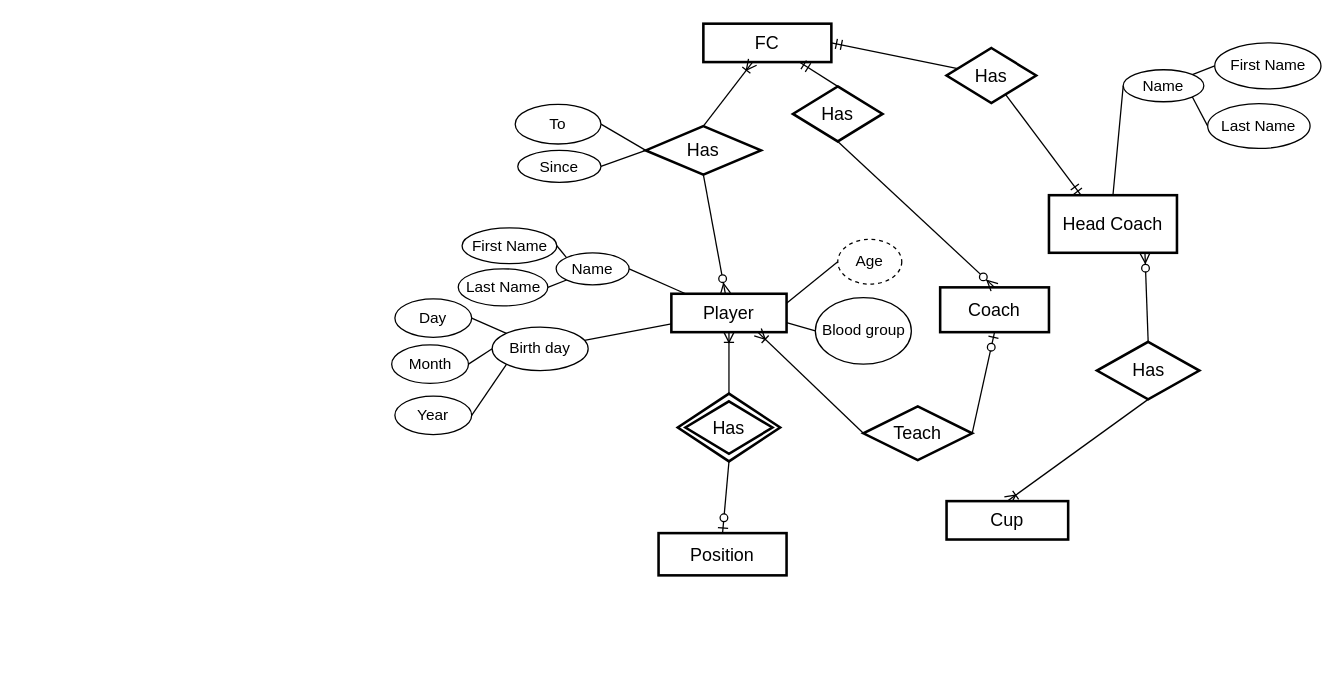
Above: ER-Assignment.drawio in ali4heydari/AP_19 (draw.io), before the change. Source tidied: cells renumbered, new cells numbered last; positions are measured from the earlier drawing's top-left corner, leaving out a move shared by most shapes. Both pictures are drawn from the tidied source at 128%, with x=0, y=0 at pixel (390, 23).
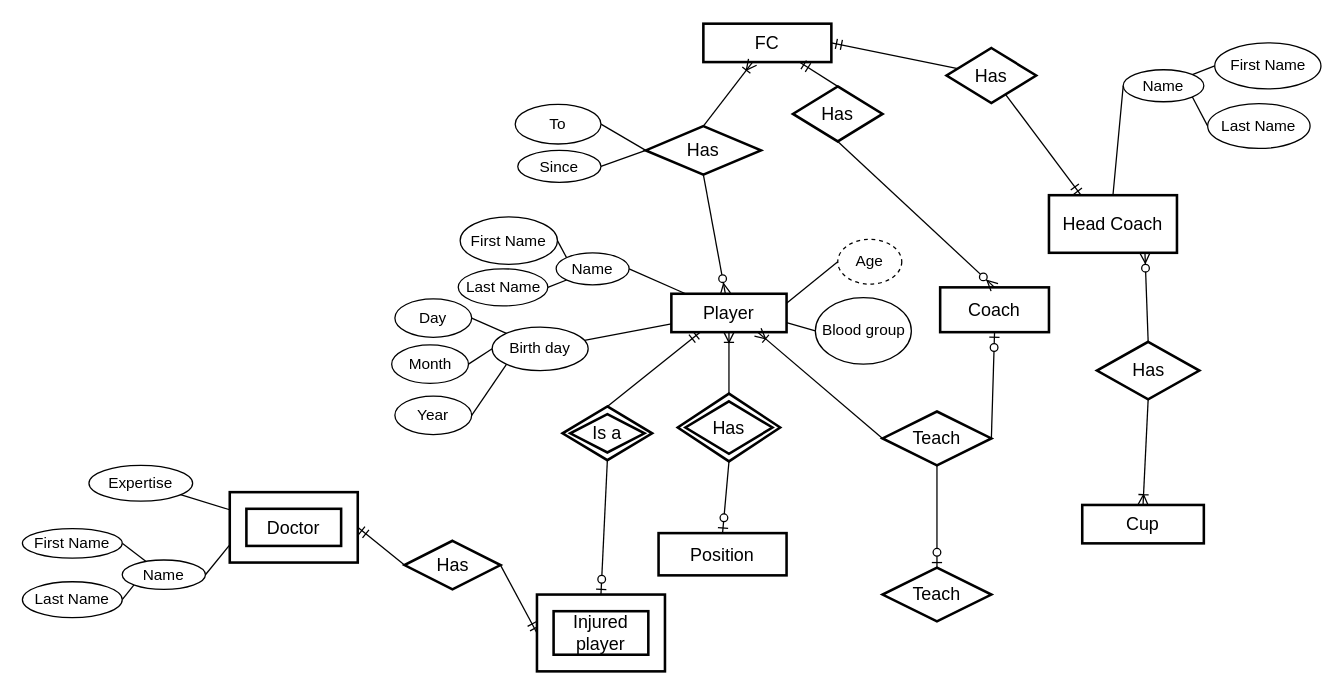
The same diagram, later.

The change refers to these unchanged cells:
```xml
<mxCell id="7" value="Player&lt;br&gt;" style="strokeWidth=2;whiteSpace=wrap;html=1;align=center;fontSize=14;" parent="1" vertex="1">
  <mxGeometry x="219" y="211" width="90" height="30" as="geometry" />
</mxCell>
```

Change to the diagram source:
```diff
@@
     <mxCell id="17" value="First Name&lt;br&gt;" style="ellipse;whiteSpace=wrap;html=1;" parent="1" vertex="1">
-      <mxGeometry x="55.5" y="159.5" width="74" height="28" as="geometry" />
+      <mxGeometry x="54" y="151" width="76" height="37" as="geometry" />
     </mxCell>
@@
+    <mxCell id="54" style="edgeStyle=none;rounded=0;jettySize=auto;html=1;endArrow=ERzeroToOne;endFill=1;strokeColor=#000000;" parent="1" edge="1" source="34" target="55">
+      <mxGeometry relative="1" as="geometry" />
+    </mxCell>
     <mxCell id="34" value="Teach" style="shape=rhombus;strokeWidth=2;fontSize=17;perimeter=rhombusPerimeter;whiteSpace=wrap;html=1;align=center;fontSize=14;" parent="1" vertex="1">
-      <mxGeometry x="369" y="299" width="85" height="42" as="geometry" />
+      <mxGeometry x="384" y="303" width="85" height="42" as="geometry" />
     </mxCell>
+    <mxCell id="55" value="Teach" style="shape=rhombus;strokeWidth=2;fontSize=17;perimeter=rhombusPerimeter;whiteSpace=wrap;html=1;align=center;fontSize=14;" parent="1" vertex="1">
+      <mxGeometry x="384" y="425" width="85" height="42" as="geometry" />
+    </mxCell>
@@
     <mxCell id="38" value="Cup" style="strokeWidth=2;whiteSpace=wrap;html=1;align=center;fontSize=14;" parent="1" vertex="1">
-      <mxGeometry x="434" y="373" width="95" height="30" as="geometry" />
+      <mxGeometry x="540" y="376" width="95" height="30" as="geometry" />
     </mxCell>
+    <mxCell id="56" style="rounded=0;jettySize=auto;html=1;exitX=1;exitY=0.5;exitDx=0;exitDy=0;entryX=0;entryY=0.75;entryDx=0;entryDy=0;endArrow=none;endFill=0;" parent="1" edge="1" source="66" target="71">
+      <mxGeometry relative="1" as="geometry" />
+    </mxCell>
+    <mxCell id="57" style="rounded=0;jettySize=auto;html=1;endArrow=none;endFill=0;exitX=0;exitY=0.25;exitDx=0;exitDy=0;" parent="1" edge="1" source="71" target="65">
+      <mxGeometry relative="1" as="geometry" />
+    </mxCell>
+    <mxCell id="58" style="rounded=0;jettySize=auto;html=1;entryX=1;entryY=0.5;entryDx=0;entryDy=0;endArrow=none;endFill=0;" parent="1" edge="1" source="66" target="60">
+      <mxGeometry relative="1" as="geometry" />
+    </mxCell>
+    <mxCell id="59" style="rounded=0;jettySize=auto;html=1;exitX=0;exitY=1;exitDx=0;exitDy=0;entryX=1;entryY=0.5;entryDx=0;entryDy=0;endArrow=none;endFill=0;" parent="1" edge="1" source="66" target="61">
+      <mxGeometry relative="1" as="geometry" />
+    </mxCell>
+    <mxCell id="60" value="First Name&lt;br&gt;" style="ellipse;whiteSpace=wrap;html=1;" parent="1" vertex="1">
+      <mxGeometry x="-288" y="394.5" width="78" height="23" as="geometry" />
+    </mxCell>
+    <mxCell id="61" value="Last Name" style="ellipse;whiteSpace=wrap;html=1;" parent="1" vertex="1">
+      <mxGeometry x="-288" y="436" width="78" height="28" as="geometry" />
+    </mxCell>
+    <mxCell id="62" style="rounded=0;jettySize=auto;html=1;entryX=1;entryY=0.5;entryDx=0;entryDy=0;endArrow=ERmandOne;endFill=0;exitX=0;exitY=0.5;exitDx=0;exitDy=0;" parent="1" edge="1" source="64" target="71">
+      <mxGeometry relative="1" as="geometry" />
+    </mxCell>
+    <mxCell id="63" style="rounded=0;jettySize=auto;html=1;exitX=1;exitY=0.5;exitDx=0;exitDy=0;entryX=0;entryY=0.5;entryDx=0;entryDy=0;endArrow=ERmandOne;endFill=0;" parent="1" edge="1" source="64" target="67">
+      <mxGeometry relative="1" as="geometry" />
+    </mxCell>
+    <mxCell id="64" value="Has" style="shape=rhombus;strokeWidth=2;fontSize=17;perimeter=rhombusPerimeter;whiteSpace=wrap;html=1;align=center;fontSize=14;" parent="1" vertex="1">
+      <mxGeometry x="10.5" y="404" width="75" height="38" as="geometry" />
+    </mxCell>
+    <mxCell id="65" value="Expertise" style="ellipse;whiteSpace=wrap;html=1;" parent="1" vertex="1">
+      <mxGeometry x="-236" y="345" width="81" height="28" as="geometry" />
+    </mxCell>
@@
+    <mxCell id="66" value="Name" style="ellipse;whiteSpace=wrap;html=1;" parent="1" vertex="1">
+      <mxGeometry x="-210" y="419" width="65" height="23" as="geometry" />
+    </mxCell>
@@
+    <mxCell id="67" value="Injured player&lt;br&gt;" style="shape=ext;strokeWidth=2;margin=10;double=1;whiteSpace=wrap;html=1;align=center;fontSize=14;" parent="1" vertex="1">
+      <mxGeometry x="114" y="446" width="100" height="60" as="geometry" />
+    </mxCell>
+    <mxCell id="68" style="edgeStyle=none;rounded=0;jettySize=auto;html=1;exitX=0.5;exitY=1;exitDx=0;exitDy=0;entryX=0.5;entryY=0;entryDx=0;entryDy=0;endArrow=ERzeroToOne;endFill=1;strokeColor=#000000;" parent="1" edge="1" source="70" target="67">
+      <mxGeometry relative="1" as="geometry" />
+    </mxCell>
+    <mxCell id="69" style="edgeStyle=none;rounded=0;jettySize=auto;html=1;exitX=0.5;exitY=0;exitDx=0;exitDy=0;entryX=0.25;entryY=1;entryDx=0;entryDy=0;endArrow=ERmandOne;endFill=0;strokeColor=#000000;" parent="1" edge="1" source="70" target="7">
+      <mxGeometry relative="1" as="geometry" />
+    </mxCell>
+    <mxCell id="70" value="Is a" style="shape=rhombus;double=1;strokeWidth=2;fontSize=17;perimeter=rhombusPerimeter;whiteSpace=wrap;html=1;align=center;fontSize=14;" parent="1" vertex="1">
+      <mxGeometry x="134" y="299" width="70" height="42" as="geometry" />
+    </mxCell>
@@
+    <mxCell id="71" value="Doctor&lt;br&gt;" style="shape=ext;strokeWidth=2;margin=10;double=1;whiteSpace=wrap;html=1;align=center;fontSize=14;" parent="1" vertex="1">
+      <mxGeometry x="-126" y="366" width="100" height="55" as="geometry" />
+    </mxCell>
```
